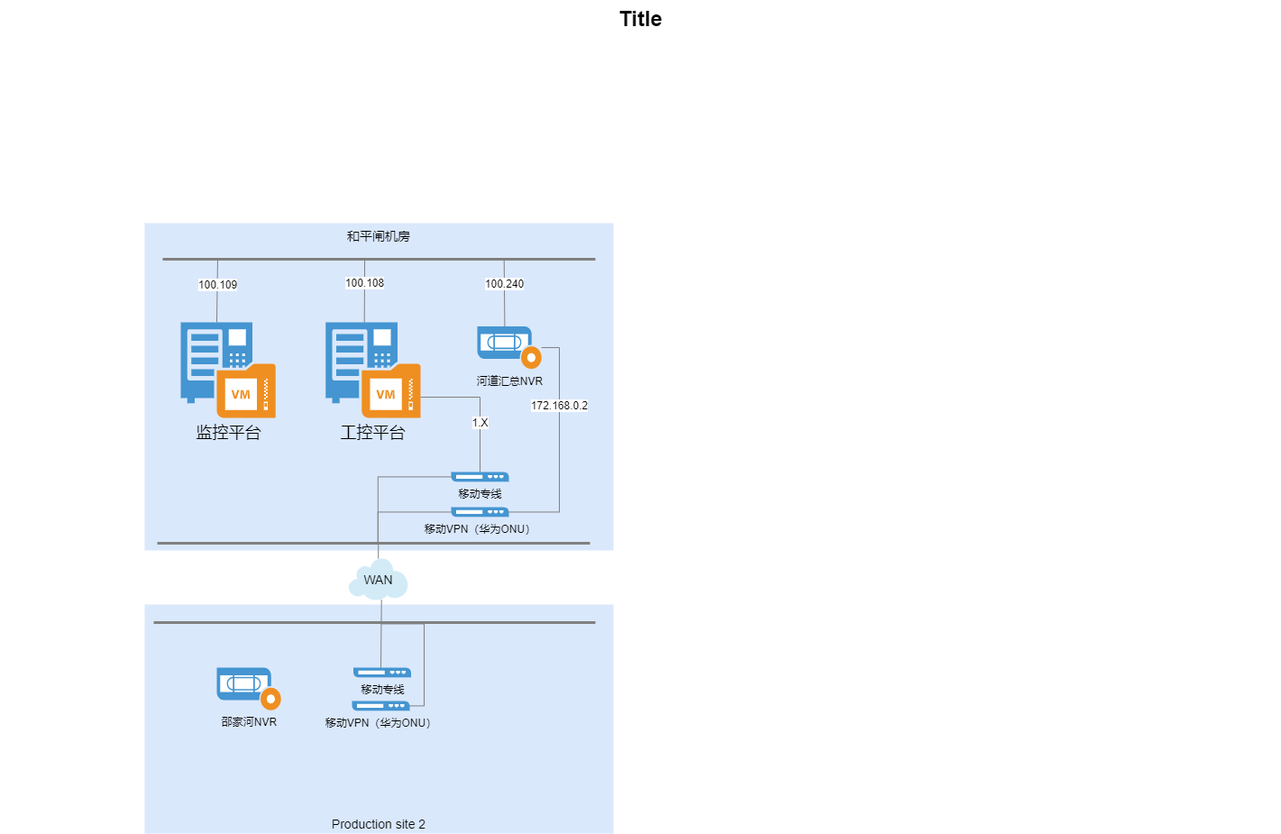
Before: 和平闸.png, a diagram exported from draw.io (Vincentdu-cn/ha_modified_components). Source tidied: cells renumbered, new cells last; positions are measured from the earlier drawing's top-left corner, leaving out a move shared by most shapes.
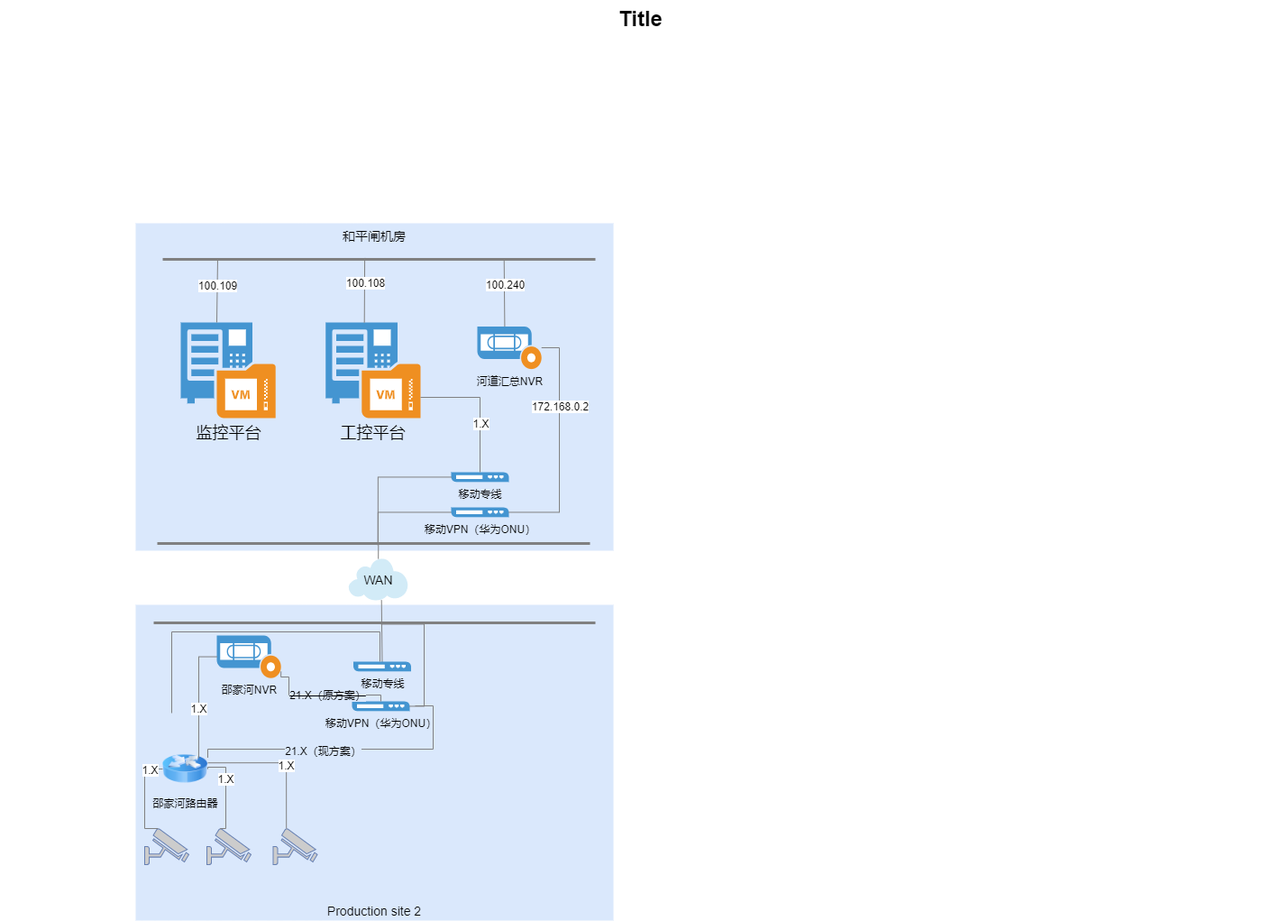
The same file after the commit.

The edit, as a diff of the source:
```diff
@@ -3,10 +3,10 @@
     <mxCell id="0" style="html=1;" />
     <mxCell id="1" style="html=1;" parent="0" />
     <mxCell id="2" value="Production site 2" style="whiteSpace=wrap;html=1;fillColor=#dae8fc;fontSize=14;strokeColor=none;verticalAlign=bottom;" parent="1" vertex="1">
-      <mxGeometry x="160" y="670" width="520" height="254" as="geometry" />
+      <mxGeometry x="150" y="670" width="530" height="350" as="geometry" />
     </mxCell>
     <mxCell id="3" value="和平闸机房" style="whiteSpace=wrap;html=1;fillColor=#dae8fc;fontSize=14;strokeColor=none;verticalAlign=top;" parent="1" vertex="1">
-      <mxGeometry x="160" y="247" width="520" height="363" as="geometry" />
+      <mxGeometry x="150" y="247" width="530" height="363" as="geometry" />
     </mxCell>
     <mxCell id="4" style="rounded=0;elbow=vertical;html=1;startSize=10;endArrow=none;endFill=0;endSize=10;jettySize=auto;orthogonalLoop=1;strokeColor=#808080;fontSize=14;entryX=0.336;entryY=0.55;entryPerimeter=0;entryDx=0;entryDy=0;" parent="1" edge="1">
       <mxGeometry relative="1" as="geometry">
@@ -27,10 +27,8 @@
         </Array>
       </mxGeometry>
     </mxCell>
-    <mxCell id="8" style="rounded=0;html=1;startSize=10;endSize=10;jettySize=auto;fontSize=14;endArrow=none;endFill=0;strokeColor=#808080;exitX=0.556;exitY=0.998;exitDx=0;exitDy=0;exitPerimeter=0;" parent="1" edge="1" source="6">
-      <mxGeometry relative="1" as="geometry">
-        <mxPoint x="422" y="740" as="targetPoint" />
-      </mxGeometry>
+    <mxCell id="8" style="rounded=0;html=1;startSize=10;endSize=10;jettySize=auto;fontSize=14;endArrow=none;endFill=0;strokeColor=#808080;exitX=0.556;exitY=0.998;exitDx=0;exitDy=0;exitPerimeter=0;" parent="1" edge="1" source="6" target="26">
+      <mxGeometry relative="1" as="geometry" />
     </mxCell>
     <mxCell id="9" style="line;strokeWidth=3;html=1;fillColor=none;gradientColor=none;fontSize=14;strokeColor=#808080;" parent="1" vertex="1">
       <mxGeometry x="180" y="282" width="480" height="10" as="geometry" />
@@ -96,7 +94,7 @@
       <mxGeometry x="390" y="777" width="64" height="10.8" as="geometry" />
     </mxCell>
     <mxCell id="26" value="移动专线" style="shadow=0;dashed=0;html=1;strokeColor=none;fillColor=#4495D1;labelPosition=center;verticalLabelPosition=bottom;verticalAlign=top;align=center;outlineConnect=0;shape=mxgraph.veeam.2d.switch;" parent="1" vertex="1">
-      <mxGeometry x="391.5" y="740" width="64" height="10.8" as="geometry" />
+      <mxGeometry x="391.5" y="733" width="64" height="10.8" as="geometry" />
     </mxCell>
     <mxCell id="27" style="rounded=0;html=1;startSize=10;endSize=10;jettySize=auto;fontSize=14;endArrow=none;endFill=0;strokeColor=#808080;entryX=0.51;entryY=0.346;entryDx=0;entryDy=0;entryPerimeter=0;edgeStyle=orthogonalEdgeStyle;" parent="1" edge="1" source="20" target="28">
       <mxGeometry relative="1" as="geometry">
@@ -120,7 +118,93 @@
       </mxGeometry>
     </mxCell>
     <mxCell id="31" value="邵家河NVR" style="shadow=0;dashed=0;html=1;strokeColor=none;fillColor=#4495D1;labelPosition=center;verticalLabelPosition=bottom;verticalAlign=top;align=center;outlineConnect=0;shape=mxgraph.veeam.2d.tape_recording;" parent="1" vertex="1">
-      <mxGeometry x="240" y="740" width="71.2" height="47.2" as="geometry" />
+      <mxGeometry x="240" y="704" width="71.2" height="47.2" as="geometry" />
     </mxCell>
+    <mxCell id="32" style="fontColor=#0066CC;verticalAlign=top;verticalLabelPosition=bottom;labelPosition=center;align=center;html=1;outlineConnect=0;fillColor=#CCCCCC;strokeColor=#6881B3;gradientColor=none;gradientDirection=north;strokeWidth=2;shape=mxgraph.networks.security_camera;" parent="1" vertex="1">
+      <mxGeometry x="160" y="918" width="49" height="40" as="geometry" />
+    </mxCell>
+    <mxCell id="33" style="fontColor=#0066CC;verticalAlign=top;verticalLabelPosition=bottom;labelPosition=center;align=center;html=1;outlineConnect=0;fillColor=#CCCCCC;strokeColor=#6881B3;gradientColor=none;gradientDirection=north;strokeWidth=2;shape=mxgraph.networks.security_camera;" parent="1" vertex="1">
+      <mxGeometry x="229" y="918" width="49" height="40" as="geometry" />
+    </mxCell>
+    <mxCell id="34" style="fontColor=#0066CC;verticalAlign=top;verticalLabelPosition=bottom;labelPosition=center;align=center;html=1;outlineConnect=0;fillColor=#CCCCCC;strokeColor=#6881B3;gradientColor=none;gradientDirection=north;strokeWidth=2;shape=mxgraph.networks.security_camera;" parent="1" vertex="1">
+      <mxGeometry x="302.5" y="918" width="49" height="40" as="geometry" />
+    </mxCell>
+    <mxCell id="35" style="rounded=0;html=1;startSize=10;endSize=10;jettySize=auto;fontSize=14;endArrow=none;endFill=0;strokeColor=#808080;entryX=0.3;entryY=0;entryDx=0;entryDy=0;entryPerimeter=0;edgeStyle=orthogonalEdgeStyle;exitX=0;exitY=0.5;exitDx=0;exitDy=0;" parent="1" edge="1" source="42" target="32">
+      <mxGeometry relative="1" as="geometry">
+        <Array as="points">
+          <mxPoint x="160" y="852" />
+          <mxPoint x="160" y="918" />
+        </Array>
+      </mxGeometry>
+    </mxCell>
+    <mxCell id="36" value="1.X" style="edgeLabel;html=1;align=center;verticalAlign=middle;" parent="35" vertex="1">
+      <mxGeometry x="-0.72" relative="1" as="geometry" />
+    </mxCell>
+    <mxCell id="37" style="rounded=0;html=1;startSize=10;endSize=10;jettySize=auto;fontSize=14;endArrow=none;endFill=0;strokeColor=#808080;entryX=0.3;entryY=0;entryDx=0;entryDy=0;entryPerimeter=0;edgeStyle=orthogonalEdgeStyle;exitX=1;exitY=0.5;exitDx=0;exitDy=0;" parent="1" edge="1" source="42" target="33">
+      <mxGeometry relative="1" as="geometry">
+        <Array as="points">
+          <mxPoint x="230" y="850" />
+          <mxPoint x="250" y="850" />
+          <mxPoint x="250" y="918" />
+        </Array>
+      </mxGeometry>
+    </mxCell>
+    <mxCell id="38" value="1.X" style="edgeLabel;html=1;align=center;verticalAlign=middle;" parent="37" vertex="1">
+      <mxGeometry x="-0.29" y="-1" relative="1" as="geometry" />
+    </mxCell>
+    <mxCell id="39" style="rounded=0;html=1;startSize=10;endSize=10;jettySize=auto;fontSize=14;endArrow=none;endFill=0;strokeColor=#808080;entryX=0.3;entryY=0;entryDx=0;entryDy=0;entryPerimeter=0;edgeStyle=orthogonalEdgeStyle;exitX=1.002;exitY=0.364;exitDx=0;exitDy=0;exitPerimeter=0;" parent="1" edge="1" source="42" target="34">
+      <mxGeometry relative="1" as="geometry">
+        <Array as="points">
+          <mxPoint x="317" y="845" />
+        </Array>
+      </mxGeometry>
+    </mxCell>
+    <mxCell id="40" value="1.X" style="edgeLabel;html=1;align=center;verticalAlign=middle;" parent="39" vertex="1">
+      <mxGeometry x="0.08" y="-2" relative="1" as="geometry" />
+    </mxCell>
+    <mxCell id="41" style="rounded=0;html=1;startSize=10;endSize=10;jettySize=auto;fontSize=14;endArrow=none;endFill=0;strokeColor=#808080;edgeStyle=orthogonalEdgeStyle;" parent="1" edge="1" source="26">
+      <mxGeometry relative="1" as="geometry">
+        <mxPoint x="190" y="790" as="targetPoint" />
+        <Array as="points">
+          <mxPoint x="421" y="700" />
+          <mxPoint x="190" y="700" />
+        </Array>
+      </mxGeometry>
+    </mxCell>
+    <mxCell id="42" value="&lt;span style=&quot;background-color: rgb(218 , 232 , 252)&quot;&gt;邵家河路由器&lt;/span&gt;" style="image;html=1;image=img/lib/clip_art/networking/Router_Icon_128x128.png;" parent="1" vertex="1">
+      <mxGeometry x="180" y="827" width="50" height="50" as="geometry" />
+    </mxCell>
+    <mxCell id="43" style="rounded=0;html=1;startSize=10;endSize=10;jettySize=auto;fontSize=14;endArrow=none;endFill=0;strokeColor=#808080;edgeStyle=orthogonalEdgeStyle;entryX=0.8;entryY=0.26;entryDx=0;entryDy=0;entryPerimeter=0;" parent="1" edge="1" source="31" target="42">
+      <mxGeometry relative="1" as="geometry" />
+    </mxCell>
+    <mxCell id="44" value="1.X" style="edgeLabel;html=1;align=center;verticalAlign=middle;" parent="43" vertex="1">
+      <mxGeometry x="0.17" y="-1" relative="1" as="geometry" />
+    </mxCell>
+    <mxCell id="45" style="rounded=0;html=1;startSize=10;endSize=10;jettySize=auto;fontSize=14;endArrow=none;endFill=0;strokeColor=#808080;edgeStyle=orthogonalEdgeStyle;exitX=1;exitY=0.847;exitDx=0;exitDy=0;exitPerimeter=0;" parent="1" edge="1" source="31" target="25">
+      <mxGeometry relative="1" as="geometry">
+        <Array as="points">
+          <mxPoint x="311" y="750" />
+          <mxPoint x="320" y="750" />
+          <mxPoint x="320" y="770" />
+          <mxPoint x="422" y="770" />
+        </Array>
+      </mxGeometry>
+    </mxCell>
+    <mxCell id="46" value="&lt;strike&gt;21.X（原方案）&lt;/strike&gt;" style="edgeLabel;html=1;align=center;verticalAlign=middle;labelBackgroundColor=#DAE8FC;" parent="45" vertex="1">
+      <mxGeometry x="0.07" y="1" relative="1" as="geometry" />
+    </mxCell>
+    <mxCell id="47" style="rounded=0;html=1;startSize=10;endSize=10;jettySize=auto;fontSize=14;endArrow=none;endFill=0;strokeColor=#808080;exitX=1;exitY=0.25;exitDx=0;exitDy=0;edgeStyle=orthogonalEdgeStyle;" parent="1" edge="1" source="42">
+      <mxGeometry relative="1" as="geometry">
+        <mxPoint x="460" y="782" as="targetPoint" />
+        <Array as="points">
+          <mxPoint x="230" y="830" />
+          <mxPoint x="480" y="830" />
+          <mxPoint x="480" y="782" />
+        </Array>
+      </mxGeometry>
+    </mxCell>
+    <mxCell id="48" value="&lt;span style=&quot;background-color: rgb(218 , 232 , 252)&quot;&gt;21.X（现方案）&lt;/span&gt;" style="edgeLabel;html=1;align=center;verticalAlign=middle;" parent="47" vertex="1">
+      <mxGeometry x="-0.16" y="-1" relative="1" as="geometry" />
+    </mxCell>
   </root>
 </mxGraphModel>
```
